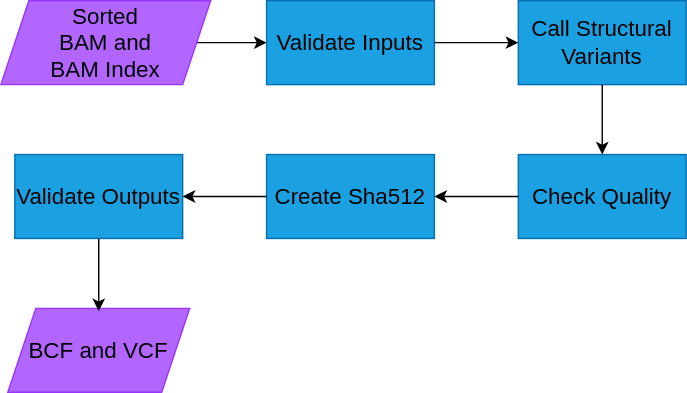
Earlier version of the draw.io export call-gSV-flowchart-diagram.drawio.svg (uclahs-cds/pipeline-call-gSV). Source tidied: cells renumbered, new cells last; positions are measured from the earlier drawing's top-left corner, leaving out a move shared by most shapes.
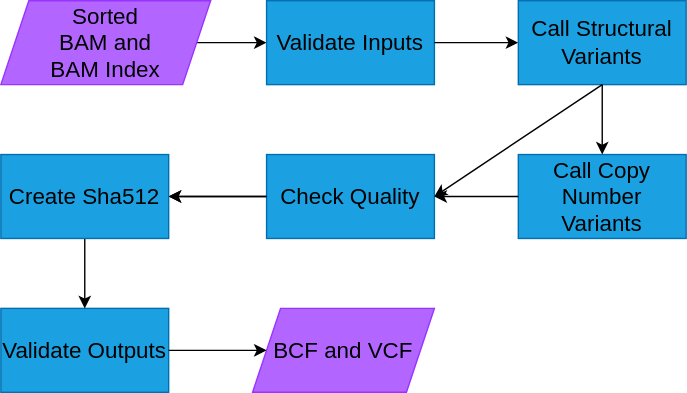
The same file after the commit.

Commit message:
Updated flowchart diagram with CNV functionality

What changed in the source:
```diff
@@ -18,32 +18,42 @@
       <mxGeometry x="370" width="120" height="60" as="geometry" />
     </mxCell>
     <mxCell id="7" value="Check Quality" style="rounded=0;whiteSpace=wrap;html=1;fillColor=#1ba1e2;strokeColor=#006EAF;fontColor=#000000;fontSize=16;" parent="1" vertex="1">
-      <mxGeometry x="370" y="110" width="120" height="60" as="geometry" />
+      <mxGeometry x="190" y="110" width="120" height="60" as="geometry" />
     </mxCell>
-    <mxCell id="8" style="edgeStyle=orthogonalEdgeStyle;rounded=0;jettySize=auto;html=1;exitX=0.5;exitY=1;exitDx=0;exitDy=0;entryX=0.5;entryY=0;entryDx=0;entryDy=0;strokeColor=#000000;" parent="1" edge="1" source="6" target="7">
-      <mxGeometry relative="1" as="geometry" />
-    </mxCell>
     <mxCell id="9" style="edgeStyle=orthogonalEdgeStyle;rounded=0;jettySize=auto;html=1;exitX=0;exitY=0.5;exitDx=0;exitDy=0;entryX=1;entryY=0.5;entryDx=0;entryDy=0;strokeColor=#000000;" parent="1" edge="1" source="7" target="10">
       <mxGeometry relative="1" as="geometry" />
     </mxCell>
-    <mxCell id="10" value="Create Sha512" style="rounded=0;whiteSpace=wrap;html=1;fillColor=#1ba1e2;strokeColor=#006EAF;fontColor=#000000;fontSize=16;" parent="1" vertex="1">
-      <mxGeometry x="190" y="110" width="120" height="60" as="geometry" />
-    </mxCell>
     <mxCell id="11" value="Validate Outputs" style="rounded=0;whiteSpace=wrap;html=1;fillColor=#1ba1e2;strokeColor=#006EAF;fontColor=#000000;fontSize=16;" parent="1" vertex="1">
-      <mxGeometry x="10" y="110" width="120" height="60" as="geometry" />
+      <mxGeometry y="220" width="120" height="60" as="geometry" />
     </mxCell>
     <mxCell id="12" value="BCF and VCF" style="shape=parallelogram;perimeter=parallelogramPerimeter;whiteSpace=wrap;html=1;fixedSize=1;fillColor=#B266FF;strokeColor=#9933FF;fontSize=16;fontColor=#000000;" parent="1" vertex="1">
-      <mxGeometry x="5" y="220" width="130" height="60" as="geometry" />
+      <mxGeometry x="180" y="220" width="130" height="60" as="geometry" />
     </mxCell>
-    <mxCell id="13" style="edgeStyle=orthogonalEdgeStyle;rounded=0;jettySize=auto;html=1;strokeColor=#000000;" parent="1" edge="1" target="11">
-      <mxGeometry relative="1" as="geometry">
-        <mxPoint x="190" y="140" as="sourcePoint" />
-      </mxGeometry>
+    <mxCell id="13" style="edgeStyle=orthogonalEdgeStyle;rounded=0;jettySize=auto;html=1;strokeColor=#000000;" parent="1" edge="1" source="10" target="11">
+      <mxGeometry relative="1" as="geometry" />
     </mxCell>
-    <mxCell id="14" style="edgeStyle=orthogonalEdgeStyle;rounded=0;jettySize=auto;html=1;exitX=0.5;exitY=1;exitDx=0;exitDy=0;strokeColor=#000000;" parent="1" edge="1" source="11">
-      <mxGeometry relative="1" as="geometry">
-        <mxPoint x="70" y="222" as="targetPoint" />
-      </mxGeometry>
-    </mxCell>
+    <mxCell id="15" style="endArrow=classic;html=1;exitX=1;exitY=0.5;exitDx=0;exitDy=0;entryX=0;entryY=0.5;entryDx=0;entryDy=0;" parent="1" edge="1" source="11" target="12">
+      <mxGeometry relative="1" as="geometry" />
+    </mxCell>
+    <mxCell id="10" value="Create Sha512" style="rounded=0;whiteSpace=wrap;html=1;fillColor=#1ba1e2;strokeColor=#006EAF;fontColor=#000000;fontSize=16;" parent="1" vertex="1">
+      <mxGeometry y="110" width="120" height="60" as="geometry" />
+    </mxCell>
+    <mxCell id="16" style="edgeStyle=orthogonalEdgeStyle;rounded=0;jettySize=auto;html=1;strokeColor=#000000;" parent="1" edge="1" target="10">
+      <mxGeometry relative="1" as="geometry">
+        <mxPoint x="190" y="140" as="sourcePoint" />
+      </mxGeometry>
+    </mxCell>
+    <mxCell id="17" value="Call Copy Number Variants" style="rounded=0;whiteSpace=wrap;html=1;fillColor=#1ba1e2;strokeColor=#006EAF;fontColor=#000000;fontSize=16;" parent="1" vertex="1">
+      <mxGeometry x="370" y="110" width="120" height="60" as="geometry" />
+    </mxCell>
+    <mxCell id="18" style="endArrow=classic;html=1;entryX=0.5;entryY=0;entryDx=0;entryDy=0;exitX=0.5;exitY=1;exitDx=0;exitDy=0;" parent="1" edge="1" source="6" target="17">
+      <mxGeometry relative="1" as="geometry" />
+    </mxCell>
+    <mxCell id="19" style="endArrow=classic;html=1;entryX=1;entryY=0.5;entryDx=0;entryDy=0;exitX=0;exitY=0.5;exitDx=0;exitDy=0;" parent="1" edge="1" source="17" target="7">
+      <mxGeometry relative="1" as="geometry" />
+    </mxCell>
+    <mxCell id="8" style="endArrow=classic;html=1;exitX=0.5;exitY=1;exitDx=0;exitDy=0;entryX=1;entryY=0.5;entryDx=0;entryDy=0;" parent="1" edge="1" source="6" target="7">
+      <mxGeometry relative="1" as="geometry" />
+    </mxCell>
   </root>
 </mxGraphModel>
```
